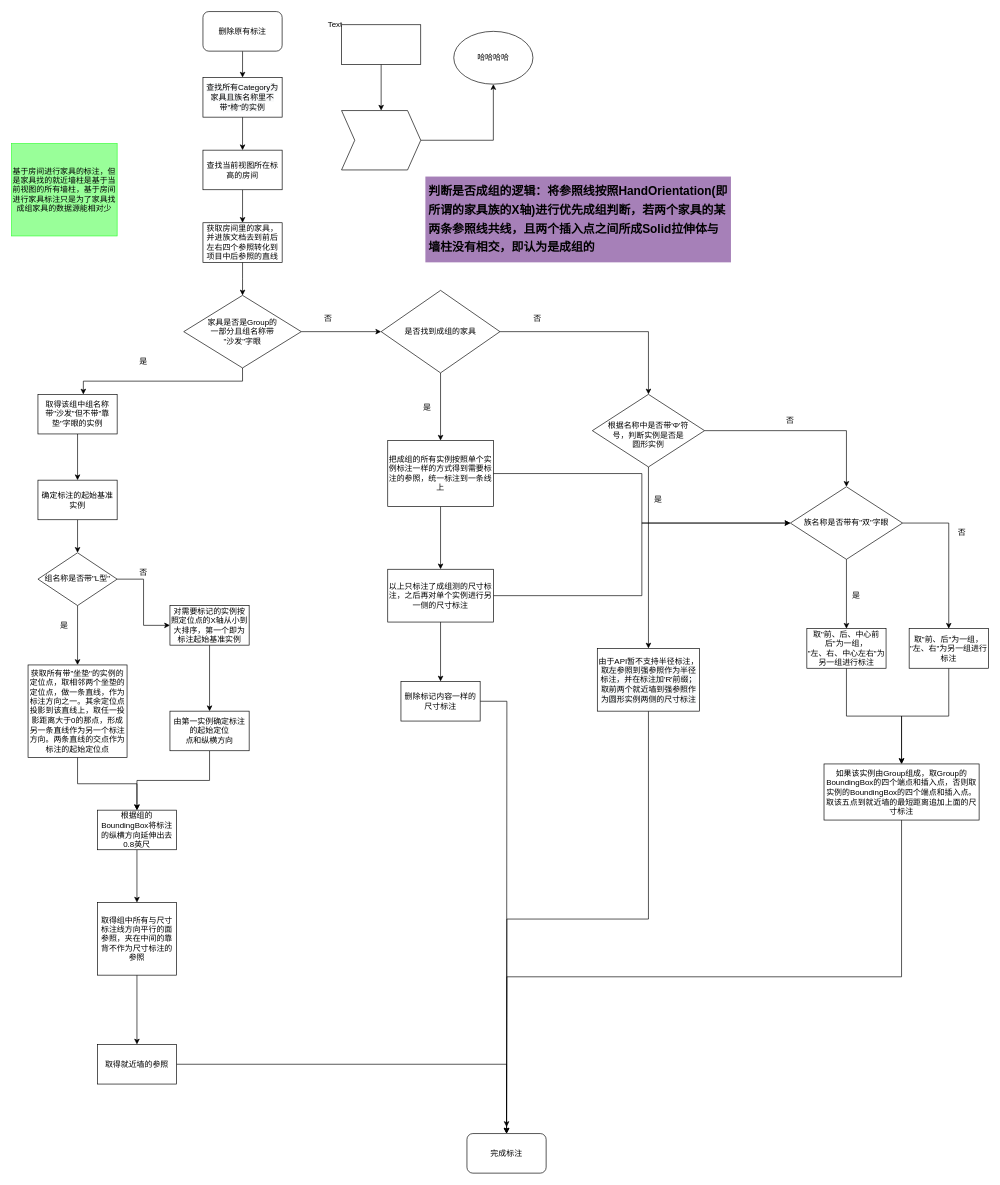
Above: 家具尺寸标注流程图.drawio in zhangguanjiong/FLowChart (draw.io), before the change. Source tidied: cells renumbered, new cells numbered last; positions are measured from the earlier drawing's top-left corner, leaving out a move shared by most shapes. Both pictures are drawn from the tidied source at 66%, with x=0, y=0 at pixel (11, 11).
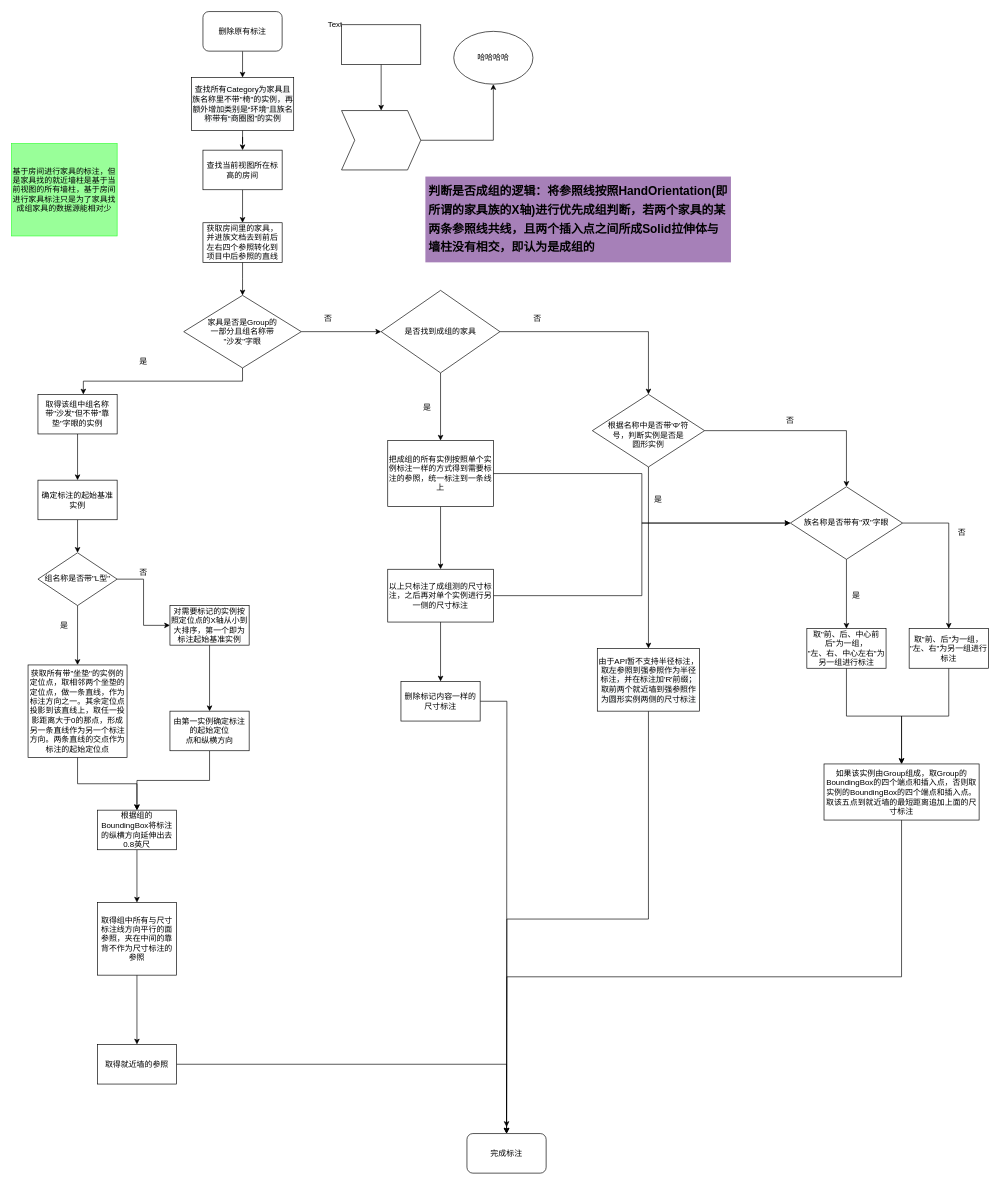
Above is the later version.

Commit message:
更新家具尺寸标注流程图.drawio

Diff of the diagram source:
```diff
@@
-    <mxCell id="10" value="&lt;span style=&quot;color: rgb(0 , 0 , 0) ; font-family: &amp;#34;helvetica&amp;#34; ; font-size: 12px ; font-style: normal ; font-weight: 400 ; letter-spacing: normal ; text-align: center ; text-indent: 0px ; text-transform: none ; word-spacing: 0px ; background-color: rgb(248 , 249 , 250) ; display: inline ; float: none&quot;&gt;查找所有Category为家具且族名称里不带&quot;椅&quot;的实例&lt;/span&gt;" style="rounded=0;whiteSpace=wrap;html=1;strokeColor=#000000;fillColor=#FFFFFF;" parent="1" vertex="1">
-      <mxGeometry x="290" y="100" width="120" height="60" as="geometry" />
+    <mxCell id="10" value="&lt;span style=&quot;color: rgb(0 , 0 , 0) ; font-family: &amp;#34;helvetica&amp;#34; ; font-size: 12px ; font-style: normal ; font-weight: 400 ; letter-spacing: normal ; text-align: center ; text-indent: 0px ; text-transform: none ; word-spacing: 0px ; background-color: rgb(248 , 249 , 250) ; display: inline ; float: none&quot;&gt;查找所有Category为家具且族名称里不带&quot;椅&quot;的实例，再额外增加类别是“环境”且族名称带有“商圈图”的实例&lt;/span&gt;" style="rounded=0;whiteSpace=wrap;html=1;strokeColor=#000000;fillColor=#FFFFFF;" parent="1" vertex="1">
+      <mxGeometry x="272.5" y="100" width="155" height="80" as="geometry" />
     </mxCell>
```
